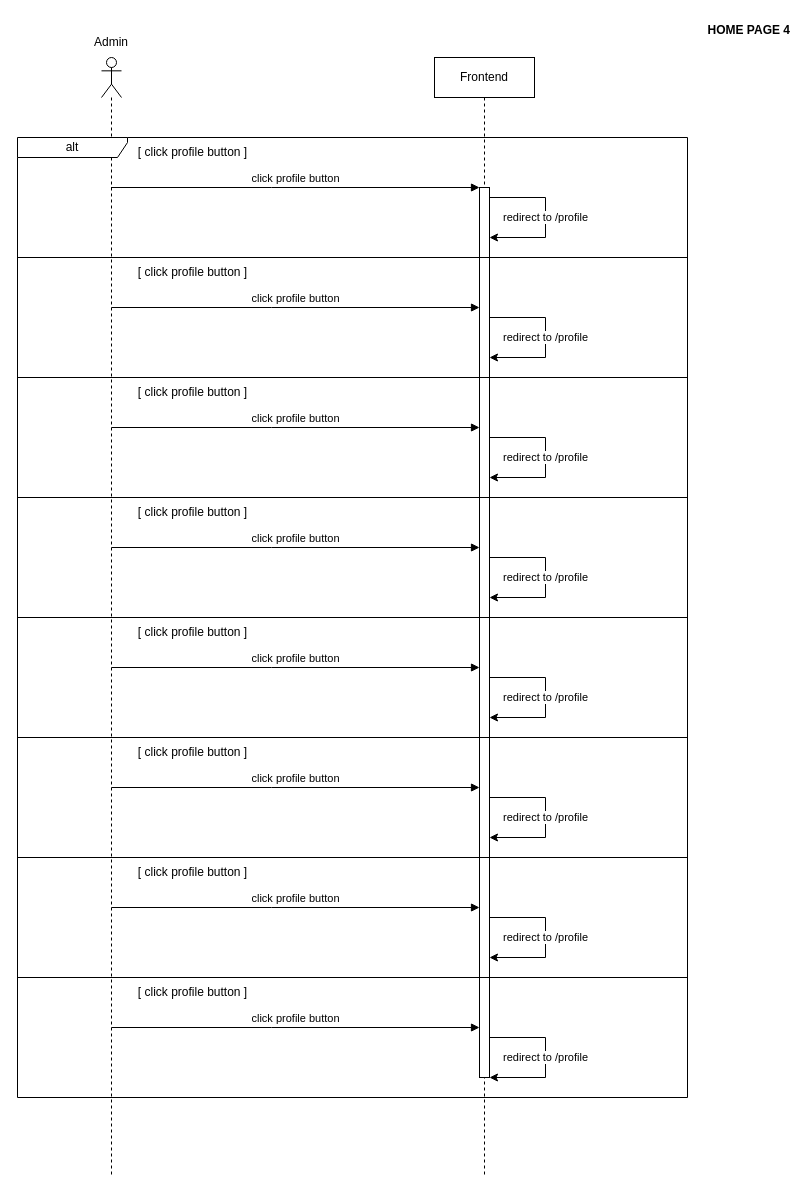
The draw.io diagram page "6 home page" (7 of 14) of docs/artifact/SequentialDiagram/SequentialDiagram.drawio in ssszZ-TH/party_fullstack_docker3, before the edit. Source tidied: cells renumbered, new cells numbered last; positions are measured from the earlier drawing's top-left corner, leaving out a move shared by most shapes. Both pictures are drawn from the tidied source at 100%, with x=0, y=0 at pixel (17, 17).
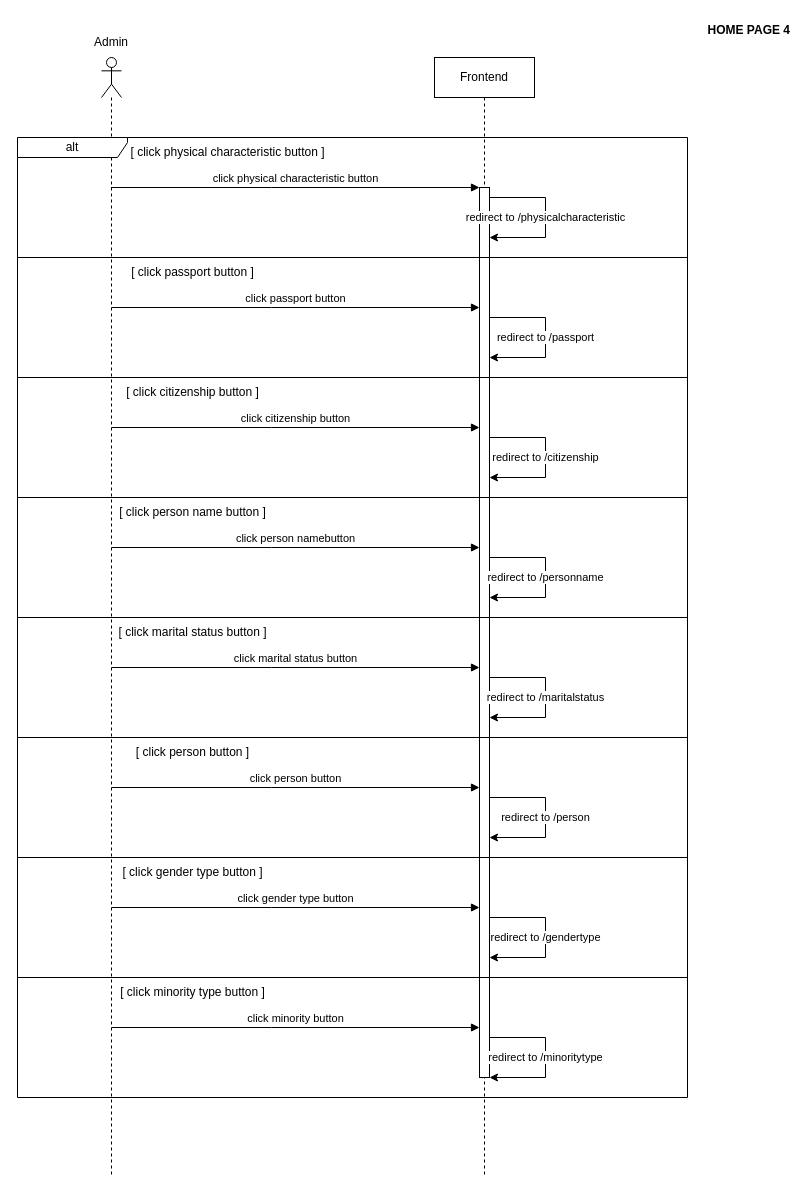
After the change.

Commit message (it also covers changes not shown here):
docs seq diagram home profile check login fin. party role read CRUD fin but not have activation bar

Unchanged cells that the change refers to:
```xml
<mxCell id="2" style="shape=umlLifeline;perimeter=lifelinePerimeter;whiteSpace=wrap;html=1;outlineConnect=0;portConstraint=eastwest;newEdgeStyle={&quot;curved&quot;:0,&quot;rounded&quot;:0};participant=umlActor;" parent="1" vertex="1">
  <mxGeometry x="84" y="40" width="20" height="1120" as="geometry" />
</mxCell>
<mxCell id="3" value="Frontend" style="shape=umlLifeline;perimeter=lifelinePerimeter;whiteSpace=wrap;html=1;newEdgeStyle={&quot;curved&quot;:0,&quot;rounded&quot;:0};" parent="1" vertex="1">
  <mxGeometry x="417" y="40" width="100" height="1120" as="geometry" />
</mxCell>
<mxCell id="4" style="html=1;points=[[0,0,0,0,5],[0,1,0,0,-5],[1,0,0,0,5],[1,1,0,0,-5]];perimeter=orthogonalPerimeter;outlineConnect=0;targetShapes=umlLifeline;portConstraint=eastwest;newEdgeStyle={&quot;curved&quot;:0,&quot;rounded&quot;:0};" parent="3" vertex="1">
  <mxGeometry x="45" y="130" width="10" height="890" as="geometry" />
</mxCell>
```

Diff of the diagram source:
```diff
@@
-    <mxCell id="5" value="redirect to /profile" style="edgeStyle=orthogonalEdgeStyle;rounded=0;orthogonalLoop=1;jettySize=auto;html=1;curved=0;" parent="3" edge="1">
+    <mxCell id="5" value="redirect to /physicalcharacteristic" style="edgeStyle=orthogonalEdgeStyle;rounded=0;orthogonalLoop=1;jettySize=auto;html=1;curved=0;" parent="3" edge="1">
       <mxGeometry relative="1" as="geometry">
         <mxPoint x="55" y="140" as="sourcePoint" />
         <mxPoint x="55" y="180" as="targetPoint" />
         <Array as="points">
           <mxPoint x="111" y="140" />
           <mxPoint x="111" y="180" />
         </Array>
       </mxGeometry>
     </mxCell>
@@
-    <mxCell id="9" value="click profile button" style="html=1;verticalAlign=bottom;endArrow=block;curved=0;rounded=0;" parent="1" edge="1" source="2" target="4">
+    <mxCell id="9" value="click physical characteristic button" style="html=1;verticalAlign=bottom;endArrow=block;curved=0;rounded=0;" parent="1" edge="1" source="2" target="4">
       <mxGeometry relative="1" as="geometry">
         <Array as="points">
           <mxPoint x="254" y="170" />
         </Array>
       </mxGeometry>
     </mxCell>
@@
-    <mxCell id="11" value="[ click profile button ]" style="text;html=1;align=center;verticalAlign=middle;strokeColor=none;fillColor=none;" parent="1" vertex="1">
-      <mxGeometry x="110" y="120" width="130" height="30" as="geometry" />
+    <mxCell id="11" value="[ click physical characteristic button ]" style="text;html=1;align=center;verticalAlign=middle;strokeColor=none;fillColor=none;" parent="1" vertex="1">
+      <mxGeometry x="100" y="120" width="220" height="30" as="geometry" />
     </mxCell>
-    <mxCell id="12" value="redirect to /profile" style="edgeStyle=orthogonalEdgeStyle;rounded=0;orthogonalLoop=1;jettySize=auto;html=1;curved=0;" parent="1" edge="1">
+    <mxCell id="12" value="redirect to /passport" style="edgeStyle=orthogonalEdgeStyle;rounded=0;orthogonalLoop=1;jettySize=auto;html=1;curved=0;" parent="1" edge="1">
       <mxGeometry relative="1" as="geometry">
         <mxPoint x="472" y="300" as="sourcePoint" />
         <mxPoint x="472" y="340" as="targetPoint" />
         <Array as="points">
           <mxPoint x="528" y="300" />
           <mxPoint x="528" y="340" />
         </Array>
       </mxGeometry>
     </mxCell>
-    <mxCell id="13" value="click profile button" style="html=1;verticalAlign=bottom;endArrow=block;curved=0;rounded=0;" parent="1" edge="1">
+    <mxCell id="13" value="click passport button" style="html=1;verticalAlign=bottom;endArrow=block;curved=0;rounded=0;" parent="1" edge="1">
       <mxGeometry relative="1" as="geometry">
         <mxPoint x="94" y="290" as="sourcePoint" />
         <mxPoint x="462" y="290" as="targetPoint" />
         <Array as="points">
           <mxPoint x="254" y="290" />
         </Array>
       </mxGeometry>
     </mxCell>
@@
-    <mxCell id="15" value="[ click profile button ]" style="text;html=1;align=center;verticalAlign=middle;strokeColor=none;fillColor=none;" parent="1" vertex="1">
-      <mxGeometry x="110" y="240" width="130" height="30" as="geometry" />
+    <mxCell id="15" value="[ click passport button ]" style="text;html=1;align=center;verticalAlign=middle;strokeColor=none;fillColor=none;" parent="1" vertex="1">
+      <mxGeometry x="100" y="240" width="150" height="30" as="geometry" />
     </mxCell>
-    <mxCell id="16" value="redirect to /profile" style="edgeStyle=orthogonalEdgeStyle;rounded=0;orthogonalLoop=1;jettySize=auto;html=1;curved=0;" parent="1" edge="1">
+    <mxCell id="16" value="redirect to /citizenship" style="edgeStyle=orthogonalEdgeStyle;rounded=0;orthogonalLoop=1;jettySize=auto;html=1;curved=0;" parent="1" edge="1">
       <mxGeometry relative="1" as="geometry">
         <mxPoint x="472" y="420" as="sourcePoint" />
         <mxPoint x="472" y="460" as="targetPoint" />
         <Array as="points">
           <mxPoint x="528" y="420" />
           <mxPoint x="528" y="460" />
         </Array>
       </mxGeometry>
     </mxCell>
-    <mxCell id="17" value="click profile button" style="html=1;verticalAlign=bottom;endArrow=block;curved=0;rounded=0;" parent="1" edge="1">
+    <mxCell id="17" value="click citizenship button" style="html=1;verticalAlign=bottom;endArrow=block;curved=0;rounded=0;" parent="1" edge="1">
       <mxGeometry relative="1" as="geometry">
         <mxPoint x="94" y="410" as="sourcePoint" />
         <mxPoint x="462" y="410" as="targetPoint" />
         <Array as="points">
           <mxPoint x="254" y="410" />
         </Array>
       </mxGeometry>
     </mxCell>
@@
-    <mxCell id="19" value="[ click profile button ]" style="text;html=1;align=center;verticalAlign=middle;strokeColor=none;fillColor=none;" parent="1" vertex="1">
-      <mxGeometry x="110" y="360" width="130" height="30" as="geometry" />
+    <mxCell id="19" value="[ click citizenship button ]" style="text;html=1;align=center;verticalAlign=middle;strokeColor=none;fillColor=none;" parent="1" vertex="1">
+      <mxGeometry x="95" y="360" width="160" height="30" as="geometry" />
     </mxCell>
-    <mxCell id="20" value="redirect to /profile" style="edgeStyle=orthogonalEdgeStyle;rounded=0;orthogonalLoop=1;jettySize=auto;html=1;curved=0;" parent="1" edge="1">
+    <mxCell id="20" value="redirect to /personname" style="edgeStyle=orthogonalEdgeStyle;rounded=0;orthogonalLoop=1;jettySize=auto;html=1;curved=0;" parent="1" edge="1">
       <mxGeometry relative="1" as="geometry">
         <mxPoint x="472" y="540" as="sourcePoint" />
         <mxPoint x="472" y="580" as="targetPoint" />
         <Array as="points">
           <mxPoint x="528" y="540" />
           <mxPoint x="528" y="580" />
         </Array>
       </mxGeometry>
     </mxCell>
-    <mxCell id="21" value="click profile button" style="html=1;verticalAlign=bottom;endArrow=block;curved=0;rounded=0;" parent="1" edge="1">
+    <mxCell id="21" value="click person namebutton" style="html=1;verticalAlign=bottom;endArrow=block;curved=0;rounded=0;" parent="1" edge="1">
       <mxGeometry relative="1" as="geometry">
         <mxPoint x="94" y="530" as="sourcePoint" />
         <mxPoint x="462" y="530" as="targetPoint" />
         <Array as="points">
           <mxPoint x="254" y="530" />
         </Array>
       </mxGeometry>
     </mxCell>
@@
-    <mxCell id="23" value="[ click profile button ]" style="text;html=1;align=center;verticalAlign=middle;strokeColor=none;fillColor=none;" parent="1" vertex="1">
-      <mxGeometry x="110" y="480" width="130" height="30" as="geometry" />
+    <mxCell id="23" value="[ click person name button ]" style="text;html=1;align=center;verticalAlign=middle;strokeColor=none;fillColor=none;" parent="1" vertex="1">
+      <mxGeometry x="90" y="480" width="170" height="30" as="geometry" />
     </mxCell>
-    <mxCell id="24" value="redirect to /profile" style="edgeStyle=orthogonalEdgeStyle;rounded=0;orthogonalLoop=1;jettySize=auto;html=1;curved=0;" parent="1" edge="1">
+    <mxCell id="24" value="redirect to /maritalstatus" style="edgeStyle=orthogonalEdgeStyle;rounded=0;orthogonalLoop=1;jettySize=auto;html=1;curved=0;" parent="1" edge="1">
       <mxGeometry relative="1" as="geometry">
         <mxPoint x="472" y="660" as="sourcePoint" />
         <mxPoint x="472" y="700" as="targetPoint" />
         <Array as="points">
           <mxPoint x="528" y="660" />
           <mxPoint x="528" y="700" />
         </Array>
       </mxGeometry>
     </mxCell>
-    <mxCell id="25" value="click profile button" style="html=1;verticalAlign=bottom;endArrow=block;curved=0;rounded=0;" parent="1" edge="1">
+    <mxCell id="25" value="click marital status button" style="html=1;verticalAlign=bottom;endArrow=block;curved=0;rounded=0;" parent="1" edge="1">
       <mxGeometry relative="1" as="geometry">
         <mxPoint x="94" y="650" as="sourcePoint" />
         <mxPoint x="462" y="650" as="targetPoint" />
         <Array as="points">
           <mxPoint x="254" y="650" />
         </Array>
       </mxGeometry>
     </mxCell>
@@
-    <mxCell id="27" value="[ click profile button ]" style="text;html=1;align=center;verticalAlign=middle;strokeColor=none;fillColor=none;" parent="1" vertex="1">
-      <mxGeometry x="110" y="600" width="130" height="30" as="geometry" />
+    <mxCell id="27" value="[ click marital status button ]" style="text;html=1;align=center;verticalAlign=middle;strokeColor=none;fillColor=none;" parent="1" vertex="1">
+      <mxGeometry x="90" y="600" width="170" height="30" as="geometry" />
     </mxCell>
-    <mxCell id="28" value="redirect to /profile" style="edgeStyle=orthogonalEdgeStyle;rounded=0;orthogonalLoop=1;jettySize=auto;html=1;curved=0;" parent="1" edge="1">
+    <mxCell id="28" value="redirect to /person" style="edgeStyle=orthogonalEdgeStyle;rounded=0;orthogonalLoop=1;jettySize=auto;html=1;curved=0;" parent="1" edge="1">
       <mxGeometry relative="1" as="geometry">
         <mxPoint x="472" y="780" as="sourcePoint" />
         <mxPoint x="472" y="820" as="targetPoint" />
         <Array as="points">
           <mxPoint x="528" y="780" />
           <mxPoint x="528" y="820" />
         </Array>
       </mxGeometry>
     </mxCell>
-    <mxCell id="29" value="click profile button" style="html=1;verticalAlign=bottom;endArrow=block;curved=0;rounded=0;" parent="1" edge="1">
+    <mxCell id="29" value="click person button" style="html=1;verticalAlign=bottom;endArrow=block;curved=0;rounded=0;" parent="1" edge="1">
       <mxGeometry relative="1" as="geometry">
         <mxPoint x="94" y="770" as="sourcePoint" />
         <mxPoint x="462" y="770" as="targetPoint" />
         <Array as="points">
           <mxPoint x="254" y="770" />
         </Array>
       </mxGeometry>
     </mxCell>
@@
-    <mxCell id="31" value="[ click profile button ]" style="text;html=1;align=center;verticalAlign=middle;strokeColor=none;fillColor=none;" parent="1" vertex="1">
-      <mxGeometry x="110" y="720" width="130" height="30" as="geometry" />
+    <mxCell id="31" value="[ click person button ]" style="text;html=1;align=center;verticalAlign=middle;strokeColor=none;fillColor=none;" parent="1" vertex="1">
+      <mxGeometry x="105" y="720" width="140" height="30" as="geometry" />
     </mxCell>
-    <mxCell id="32" value="redirect to /profile" style="edgeStyle=orthogonalEdgeStyle;rounded=0;orthogonalLoop=1;jettySize=auto;html=1;curved=0;" parent="1" edge="1">
+    <mxCell id="32" value="redirect to /gendertype" style="edgeStyle=orthogonalEdgeStyle;rounded=0;orthogonalLoop=1;jettySize=auto;html=1;curved=0;" parent="1" edge="1">
       <mxGeometry relative="1" as="geometry">
         <mxPoint x="472" y="900" as="sourcePoint" />
         <mxPoint x="472" y="940" as="targetPoint" />
         <Array as="points">
           <mxPoint x="528" y="900" />
           <mxPoint x="528" y="940" />
         </Array>
       </mxGeometry>
     </mxCell>
-    <mxCell id="33" value="click profile button" style="html=1;verticalAlign=bottom;endArrow=block;curved=0;rounded=0;" parent="1" edge="1">
+    <mxCell id="33" value="click gender type button" style="html=1;verticalAlign=bottom;endArrow=block;curved=0;rounded=0;" parent="1" edge="1">
       <mxGeometry relative="1" as="geometry">
         <mxPoint x="94" y="890" as="sourcePoint" />
         <mxPoint x="462" y="890" as="targetPoint" />
         <Array as="points">
           <mxPoint x="254" y="890" />
         </Array>
       </mxGeometry>
     </mxCell>
@@
-    <mxCell id="35" value="[ click profile button ]" style="text;html=1;align=center;verticalAlign=middle;strokeColor=none;fillColor=none;" parent="1" vertex="1">
-      <mxGeometry x="110" y="840" width="130" height="30" as="geometry" />
+    <mxCell id="35" value="[ click gender type button ]" style="text;html=1;align=center;verticalAlign=middle;strokeColor=none;fillColor=none;" parent="1" vertex="1">
+      <mxGeometry x="95" y="840" width="160" height="30" as="geometry" />
     </mxCell>
-    <mxCell id="36" value="redirect to /profile" style="edgeStyle=orthogonalEdgeStyle;rounded=0;orthogonalLoop=1;jettySize=auto;html=1;curved=0;" parent="1" edge="1">
+    <mxCell id="36" value="redirect to /minoritytype" style="edgeStyle=orthogonalEdgeStyle;rounded=0;orthogonalLoop=1;jettySize=auto;html=1;curved=0;" parent="1" edge="1">
       <mxGeometry relative="1" as="geometry">
         <mxPoint x="472" y="1020" as="sourcePoint" />
         <mxPoint x="472" y="1060" as="targetPoint" />
         <Array as="points">
           <mxPoint x="528" y="1020" />
           <mxPoint x="528" y="1060" />
         </Array>
       </mxGeometry>
     </mxCell>
-    <mxCell id="37" value="click profile button" style="html=1;verticalAlign=bottom;endArrow=block;curved=0;rounded=0;" parent="1" edge="1">
+    <mxCell id="37" value="click minority button" style="html=1;verticalAlign=bottom;endArrow=block;curved=0;rounded=0;" parent="1" edge="1">
       <mxGeometry relative="1" as="geometry">
         <mxPoint x="94" y="1010" as="sourcePoint" />
         <mxPoint x="462" y="1010" as="targetPoint" />
         <Array as="points">
           <mxPoint x="254" y="1010" />
         </Array>
       </mxGeometry>
     </mxCell>
-    <mxCell id="38" value="[ click profile button ]" style="text;html=1;align=center;verticalAlign=middle;strokeColor=none;fillColor=none;" parent="1" vertex="1">
-      <mxGeometry x="110" y="960" width="130" height="30" as="geometry" />
+    <mxCell id="38" value="[ click minority type button ]" style="text;html=1;align=center;verticalAlign=middle;strokeColor=none;fillColor=none;" parent="1" vertex="1">
+      <mxGeometry x="90" y="960" width="170" height="30" as="geometry" />
     </mxCell>
```
